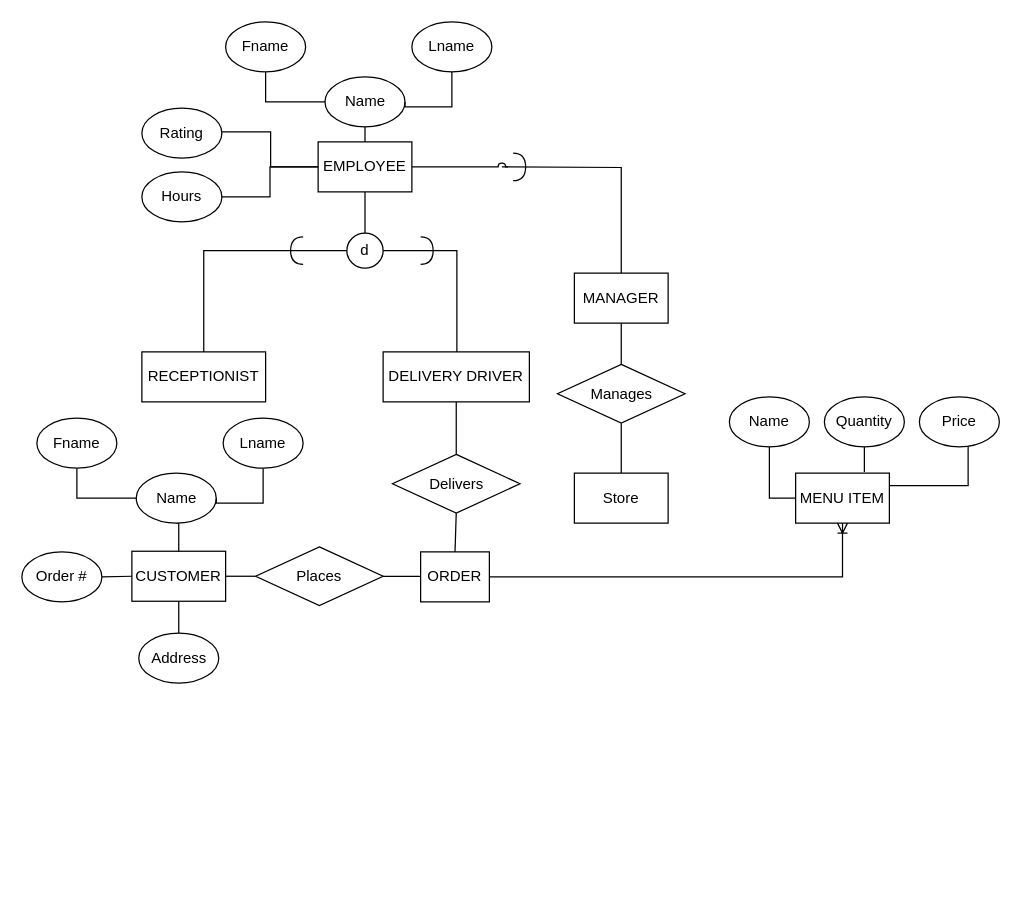
hqiao8/Restaurant-Management-System keeps this draw.io diagram as Enhanced Entity Relationship Diagram.drawio. Above is the earlier version. Source tidied: cells renumbered, new cells numbered last; positions are measured from the earlier drawing's top-left corner, leaving out a move shared by most shapes. Both pictures are drawn from the tidied source at 125%, with x=0, y=0 at pixel (21, 21).
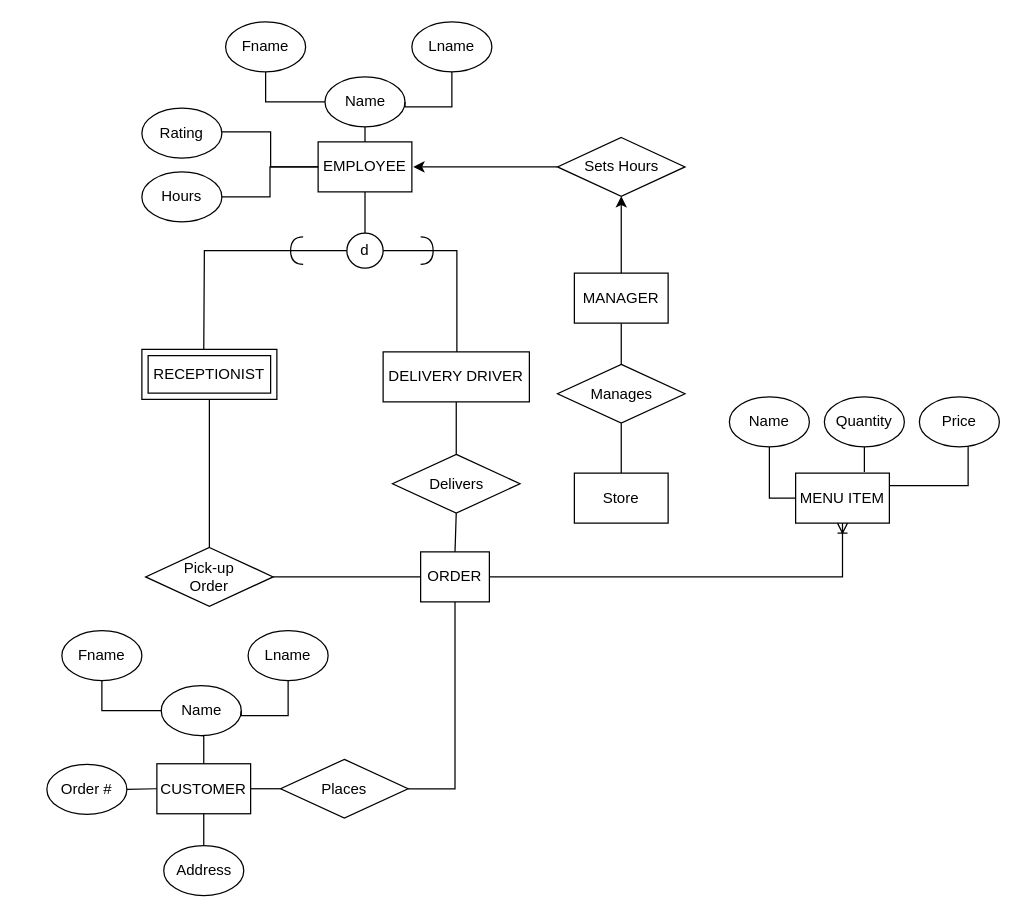
Above is the later version.

The change refers to these unchanged cells:
```xml
<mxCell id="10" value="MANAGER" style="whiteSpace=wrap;html=1;align=center;fillColor=default;" parent="1" vertex="1">
  <mxGeometry x="442" y="201" width="75" height="40" as="geometry" />
</mxCell>
<mxCell id="13" value="EMPLOYEE" style="whiteSpace=wrap;html=1;align=center;fillColor=default;" parent="1" vertex="1">
  <mxGeometry x="237" y="96" width="75" height="40" as="geometry" />
</mxCell>
<mxCell id="20" value="ORDER" style="whiteSpace=wrap;html=1;align=center;fillColor=default;" parent="1" vertex="1">
  <mxGeometry x="319" y="424" width="55" height="40" as="geometry" />
</mxCell>
<mxCell id="29" value="d" style="ellipse;whiteSpace=wrap;html=1;" parent="1" vertex="1">
  <mxGeometry x="260" y="169" width="29" height="28" as="geometry" />
</mxCell>
```

The edit, as a diff of the source:
```diff
@@
-    <mxCell id="2" value="RECEPTIONIST" style="whiteSpace=wrap;html=1;align=center;fillColor=default;" parent="1" vertex="1">
-      <mxGeometry x="96" y="264" width="99" height="40" as="geometry" />
-    </mxCell>
@@
     <mxCell id="8" value="CUSTOMER" style="whiteSpace=wrap;html=1;align=center;fillColor=default;" parent="1" vertex="1">
-      <mxGeometry x="88" y="423.5" width="75" height="40" as="geometry" />
+      <mxGeometry x="108" y="593.5" width="75" height="40" as="geometry" />
     </mxCell>
@@
-    <mxCell id="12" style="edgeStyle=orthogonalEdgeStyle;rounded=0;jumpStyle=arc;jettySize=auto;html=1;endArrow=none;endFill=0;startArrow=none;" parent="1" edge="1" target="10">
-      <mxGeometry relative="1" as="geometry">
-        <mxPoint x="384" y="116" as="sourcePoint" />
-      </mxGeometry>
-    </mxCell>
@@
-    <mxCell id="27" style="edgeStyle=orthogonalEdgeStyle;rounded=0;jettySize=auto;html=1;endArrow=none;endFill=0;jumpStyle=arc;" parent="1" edge="1" source="29" target="2">
-      <mxGeometry relative="1" as="geometry" />
+    <mxCell id="27" style="edgeStyle=orthogonalEdgeStyle;rounded=0;jettySize=auto;html=1;endArrow=none;endFill=0;jumpStyle=arc;" parent="1" edge="1" source="29">
+      <mxGeometry relative="1" as="geometry">
+        <mxPoint x="145.5" y="264" as="targetPoint" />
+      </mxGeometry>
     </mxCell>
@@
-    <mxCell id="36" style="edgeStyle=orthogonalEdgeStyle;rounded=0;jumpStyle=arc;jettySize=auto;html=1;exitX=1;exitY=0.5;exitDx=0;exitDy=0;entryX=0;entryY=0.5;entryDx=0;entryDy=0;endArrow=none;endFill=0;" parent="1" edge="1" source="37" target="20">
+    <mxCell id="36" style="edgeStyle=orthogonalEdgeStyle;rounded=0;jumpStyle=arc;jettySize=auto;html=1;exitX=1;exitY=0.5;exitDx=0;exitDy=0;entryX=0.5;entryY=1;entryDx=0;entryDy=0;startArrow=none;startFill=0;endArrow=none;endFill=0;" parent="1" edge="1" source="37" target="20">
       <mxGeometry relative="1" as="geometry" />
     </mxCell>
     <mxCell id="37" value="Places" style="shape=rhombus;perimeter=rhombusPerimeter;whiteSpace=wrap;html=1;align=center;fillColor=default;gradientColor=none;" parent="1" vertex="1">
-      <mxGeometry x="187" y="420" width="102" height="47" as="geometry" />
+      <mxGeometry x="207" y="590" width="102" height="47" as="geometry" />
     </mxCell>
@@
-    <mxCell id="43" style="edgeStyle=orthogonalEdgeStyle;rounded=0;jumpStyle=arc;jettySize=auto;html=1;endArrow=none;endFill=0;" parent="1" edge="1" source="13">
-      <mxGeometry relative="1" as="geometry">
-        <mxPoint x="389" y="116" as="targetPoint" />
-      </mxGeometry>
-    </mxCell>
-    <mxCell id="44" style="shape=requiredInterface;html=1;verticalLabelPosition=bottom;sketch=0;rotation=0;" parent="1" vertex="1">
-      <mxGeometry x="393" y="105" width="10" height="22" as="geometry" />
-    </mxCell>
@@
     <mxCell id="46" value="Name" style="ellipse;whiteSpace=wrap;html=1;align=center;fillColor=default;gradientColor=none;" parent="1" vertex="1">
-      <mxGeometry x="91.5" y="361" width="64" height="40" as="geometry" />
+      <mxGeometry x="111.5" y="531" width="64" height="40" as="geometry" />
     </mxCell>
     <mxCell id="47" style="edgeStyle=orthogonalEdgeStyle;rounded=0;jettySize=auto;html=1;endArrow=none;endFill=0;entryX=0;entryY=0.5;entryDx=0;entryDy=0;" parent="1" edge="1" source="48" target="46">
       <mxGeometry relative="1" as="geometry">
         <Array as="points">
-          <mxPoint x="44" y="381" />
+          <mxPoint x="64" y="551" />
         </Array>
       </mxGeometry>
     </mxCell>
     <mxCell id="48" value="Fname" style="ellipse;whiteSpace=wrap;html=1;align=center;fillColor=default;gradientColor=none;" parent="1" vertex="1">
-      <mxGeometry x="12" y="317" width="64" height="40" as="geometry" />
+      <mxGeometry x="32" y="487" width="64" height="40" as="geometry" />
     </mxCell>
     <mxCell id="49" style="edgeStyle=orthogonalEdgeStyle;rounded=0;jettySize=auto;html=1;endArrow=none;endFill=0;entryX=1;entryY=0.5;entryDx=0;entryDy=0;" parent="1" edge="1" source="50" target="46">
       <mxGeometry relative="1" as="geometry">
         <Array as="points">
-          <mxPoint x="193" y="385" />
-          <mxPoint x="156" y="385" />
+          <mxPoint x="213" y="555" />
+          <mxPoint x="176" y="555" />
         </Array>
       </mxGeometry>
     </mxCell>
     <mxCell id="50" value="Lname" style="ellipse;whiteSpace=wrap;html=1;align=center;fillColor=default;gradientColor=none;" parent="1" vertex="1">
-      <mxGeometry x="161" y="317" width="64" height="40" as="geometry" />
+      <mxGeometry x="181" y="487" width="64" height="40" as="geometry" />
     </mxCell>
@@
     <mxCell id="52" value="Address" style="ellipse;whiteSpace=wrap;html=1;align=center;fillColor=default;gradientColor=none;" parent="1" vertex="1">
-      <mxGeometry x="93.5" y="489" width="64" height="40" as="geometry" />
+      <mxGeometry x="113.5" y="659" width="64" height="40" as="geometry" />
     </mxCell>
@@
     <mxCell id="54" value="Order #" style="ellipse;whiteSpace=wrap;html=1;align=center;fillColor=default;gradientColor=none;" parent="1" vertex="1">
-      <mxGeometry y="424" width="64" height="40" as="geometry" />
+      <mxGeometry x="20" y="594" width="64" height="40" as="geometry" />
     </mxCell>
+    <mxCell id="55" style="edgeStyle=orthogonalEdgeStyle;rounded=0;jumpStyle=arc;jettySize=auto;html=1;entryX=0.5;entryY=0;entryDx=0;entryDy=0;startArrow=none;startFill=0;endArrow=none;endFill=0;" parent="1" edge="1" source="2" target="60">
+      <mxGeometry relative="1" as="geometry" />
+    </mxCell>
+    <mxCell id="2" value="RECEPTIONIST" style="shape=ext;margin=3;double=1;whiteSpace=wrap;html=1;align=center;" parent="1" vertex="1">
+      <mxGeometry x="96" y="262" width="108" height="40" as="geometry" />
+    </mxCell>
+    <mxCell id="56" style="edgeStyle=orthogonalEdgeStyle;rounded=0;jumpStyle=arc;jettySize=auto;html=1;entryX=0.5;entryY=0;entryDx=0;entryDy=0;startArrow=classic;startFill=1;endArrow=none;endFill=0;" parent="1" edge="1" source="58" target="10">
+      <mxGeometry relative="1" as="geometry" />
+    </mxCell>
+    <mxCell id="57" style="edgeStyle=orthogonalEdgeStyle;rounded=0;jumpStyle=arc;jettySize=auto;html=1;startArrow=none;startFill=0;endArrow=classic;endFill=1;" parent="1" edge="1" source="58">
+      <mxGeometry relative="1" as="geometry">
+        <mxPoint x="313.2" y="116" as="targetPoint" />
+      </mxGeometry>
+    </mxCell>
+    <mxCell id="58" value="Sets Hours" style="shape=rhombus;perimeter=rhombusPerimeter;whiteSpace=wrap;html=1;align=center;fillColor=default;gradientColor=none;" parent="1" vertex="1">
+      <mxGeometry x="428.5" y="92.5" width="102" height="47" as="geometry" />
+    </mxCell>
+    <mxCell id="59" style="edgeStyle=orthogonalEdgeStyle;rounded=0;jumpStyle=arc;jettySize=auto;html=1;exitX=1;exitY=0.5;exitDx=0;exitDy=0;startArrow=none;startFill=0;endArrow=none;endFill=0;" parent="1" edge="1" source="60" target="20">
+      <mxGeometry relative="1" as="geometry" />
+    </mxCell>
+    <mxCell id="60" value="Pick-up&lt;br&gt;Order" style="shape=rhombus;perimeter=rhombusPerimeter;whiteSpace=wrap;html=1;align=center;fillColor=default;gradientColor=none;" parent="1" vertex="1">
+      <mxGeometry x="99" y="420.5" width="102" height="47" as="geometry" />
+    </mxCell>
```
